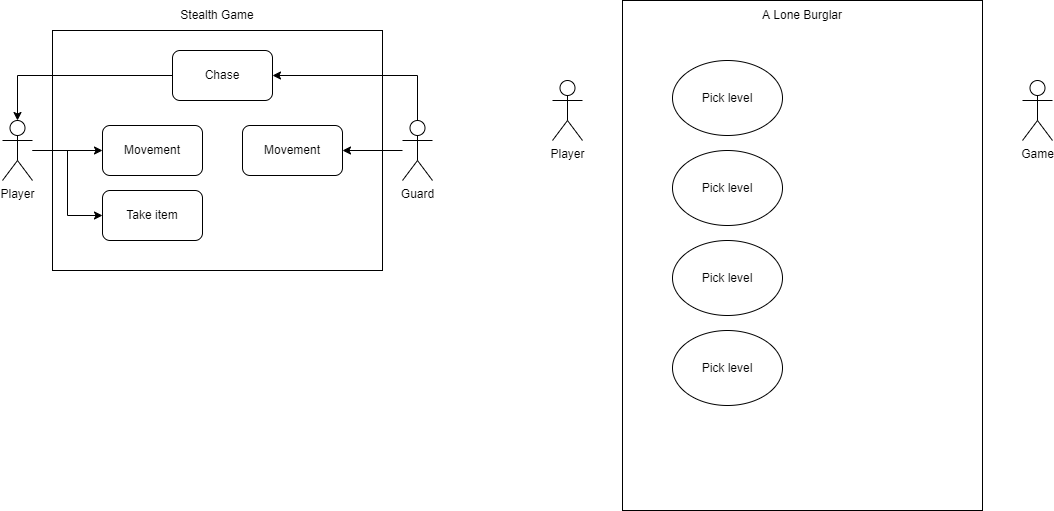
Before: use case diagram.png, a diagram exported from draw.io (johannfac/A-Lone-Burglar). Source tidied: cells renumbered, new cells last; positions are measured from the earlier drawing's top-left corner, leaving out a move shared by most shapes.
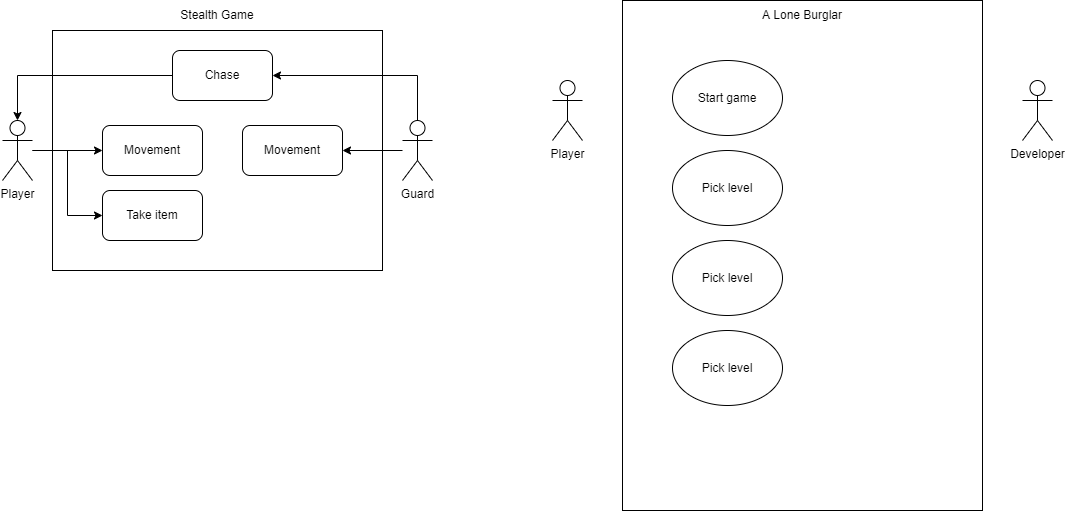
The same diagram one commit later.

Diff of the diagram source:
```diff
@@ -51,13 +51,13 @@
     <mxCell id="16" value="A Lone Burglar" style="text;html=1;strokeColor=none;fillColor=none;align=center;verticalAlign=middle;whiteSpace=wrap;rounded=0;" parent="1" vertex="1">
       <mxGeometry x="755" width="90" height="30" as="geometry" />
     </mxCell>
-    <mxCell id="17" value="Game" style="shape=umlActor;verticalLabelPosition=bottom;verticalAlign=top;html=1;" parent="1" vertex="1">
+    <mxCell id="17" value="Developer" style="shape=umlActor;verticalLabelPosition=bottom;verticalAlign=top;html=1;" parent="1" vertex="1">
       <mxGeometry x="1020" y="80" width="30" height="60" as="geometry" />
     </mxCell>
     <mxCell id="18" value="Player" style="shape=umlActor;verticalLabelPosition=bottom;verticalAlign=top;html=1;" parent="1" vertex="1">
       <mxGeometry x="550" y="80" width="30" height="60" as="geometry" />
     </mxCell>
-    <mxCell id="19" value="Pick level" style="ellipse;whiteSpace=wrap;html=1;" parent="1" vertex="1">
+    <mxCell id="19" value="Start game" style="ellipse;whiteSpace=wrap;html=1;" parent="1" vertex="1">
       <mxGeometry x="670" y="60" width="110" height="75" as="geometry" />
     </mxCell>
     <mxCell id="20" value="Pick level" style="ellipse;whiteSpace=wrap;html=1;" parent="1" vertex="1">
```
